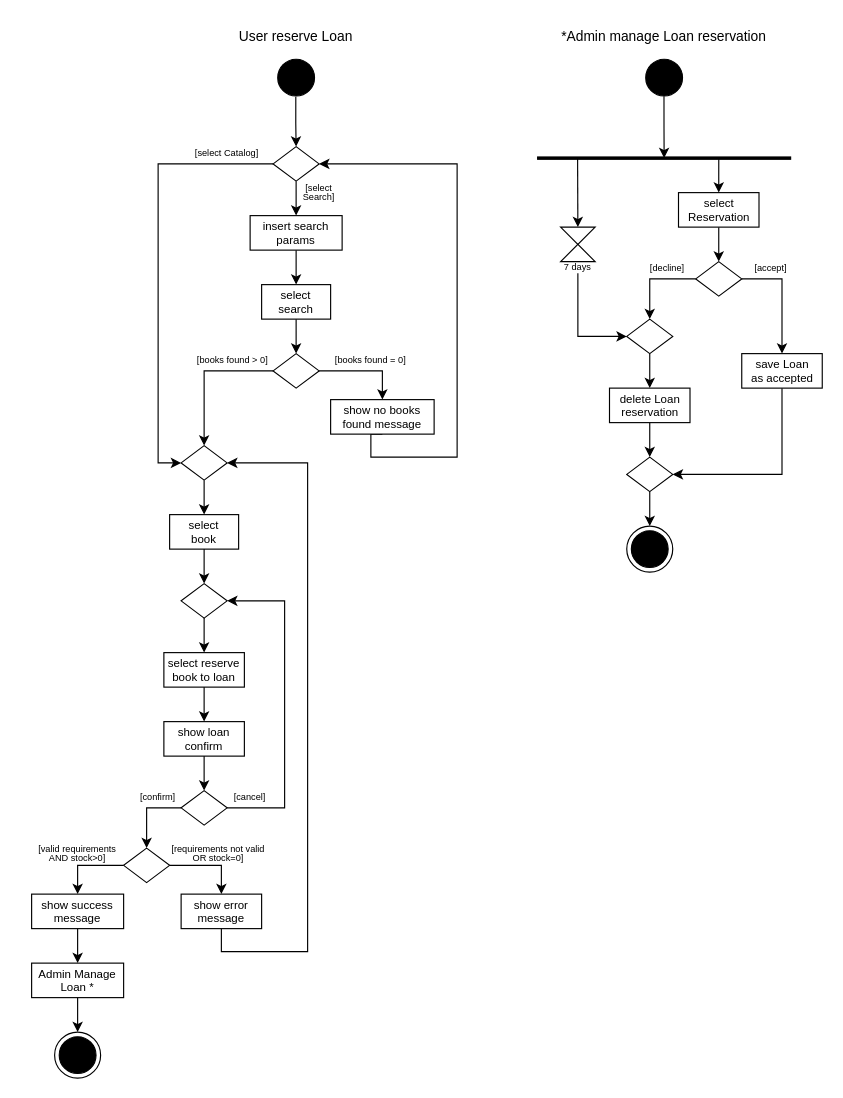
The draw.io diagram Documentazione/deliverables/drawio/ActivityDiagram.drawio in giacomocialoni/BiblioTech, before the edit. Source tidied: cells renumbered, new cells numbered last; positions are measured from the earlier drawing's top-left corner, leaving out a move shared by most shapes. Both pictures are drawn from the tidied source at 115%, with x=0, y=0 at pixel (31, 20).
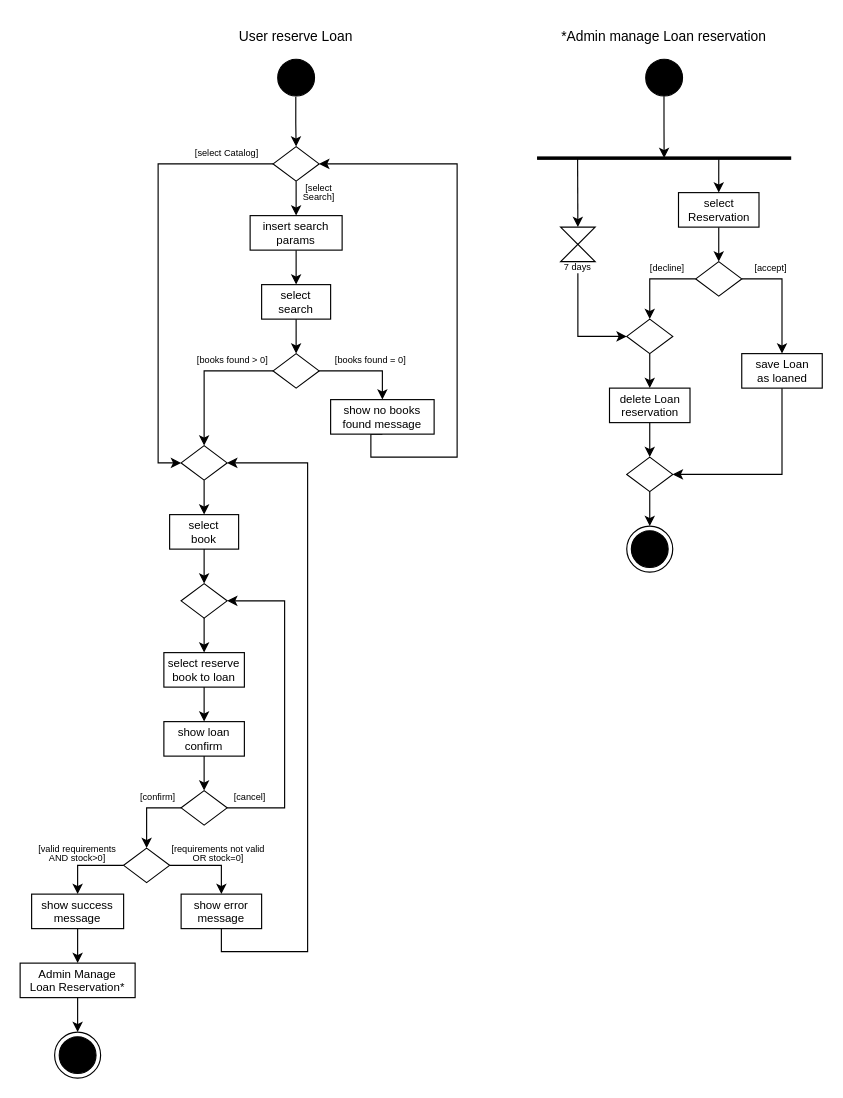
Above is the later version.

Diff of the diagram source:
```diff
@@
-    <mxCell id="58" value="Admin Manage&lt;div&gt;Loan *&lt;/div&gt;" style="html=1;whiteSpace=wrap;spacing=0;fontSize=10;" parent="1" vertex="1">
-      <mxGeometry y="820" width="80" height="30" as="geometry" />
+    <mxCell id="58" value="Admin Manage&lt;div&gt;Loan Reservation*&lt;/div&gt;" style="html=1;whiteSpace=wrap;spacing=0;fontSize=10;" parent="1" vertex="1">
+      <mxGeometry x="-10" y="820" width="100" height="30" as="geometry" />
     </mxCell>
@@
-    <mxCell id="67" value="save Loan&lt;div&gt;as accepted&lt;/div&gt;" style="html=1;whiteSpace=wrap;spacing=0;fontSize=10;" parent="1" vertex="1">
+    <mxCell id="67" value="save Loan&lt;div&gt;as loaned&lt;/div&gt;" style="html=1;whiteSpace=wrap;spacing=0;fontSize=10;" parent="1" vertex="1">
       <mxGeometry x="617.5" y="290" width="70" height="30" as="geometry" />
     </mxCell>
```
